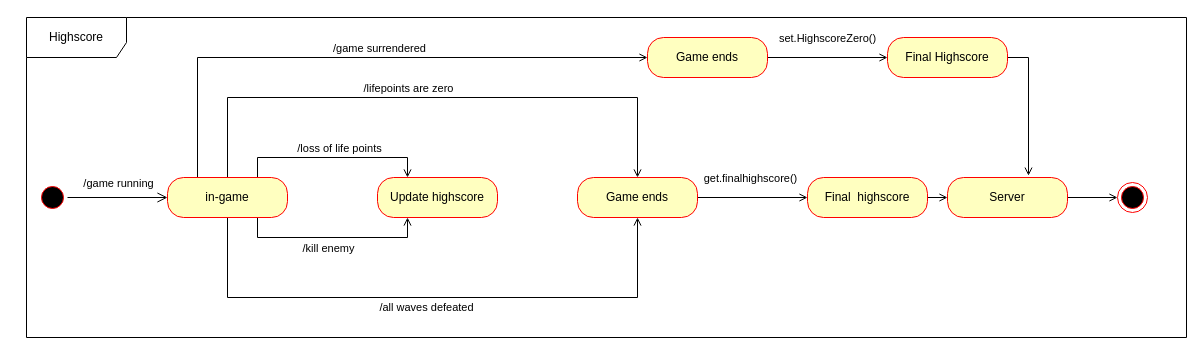
Mete7-del/hello-world keeps this draw.io diagram as page "Page-3" (3 of 3) of Highscore.drawio. Above is the earlier version. Source tidied: cells renumbered, new cells numbered last; positions are measured from the earlier drawing's top-left corner, leaving out a move shared by most shapes. Both pictures are drawn from the tidied source at 100%, with x=0, y=0 at pixel (26, 17).
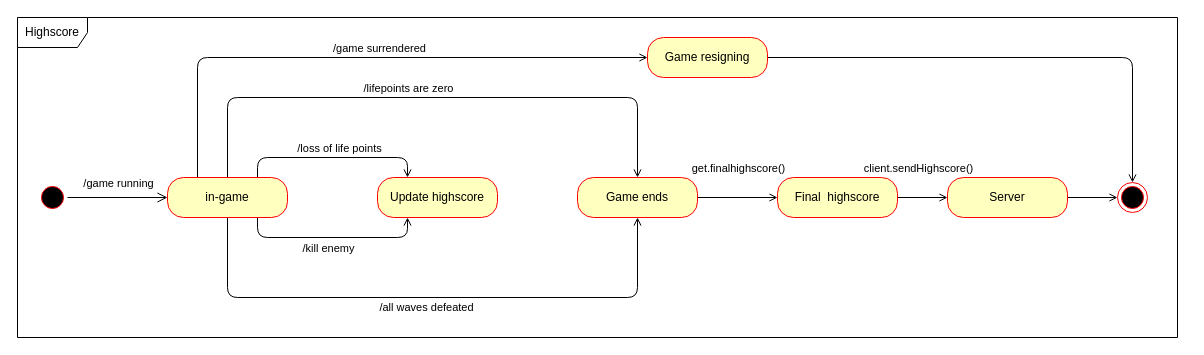
The same diagram, later.

The change refers to these unchanged cells:
```xml
<mxCell id="14" value="in-game" style="rounded=1;whiteSpace=wrap;html=1;arcSize=40;fontColor=#000000;fillColor=#ffffc0;strokeColor=#ff0000;" parent="1" vertex="1">
  <mxGeometry x="141" y="160" width="120" height="40" as="geometry" />
</mxCell>
<mxCell id="15" value="Update highscore" style="rounded=1;whiteSpace=wrap;html=1;arcSize=40;fontColor=#000000;fillColor=#ffffc0;strokeColor=#ff0000;" parent="1" vertex="1">
  <mxGeometry x="351" y="160" width="120" height="40" as="geometry" />
</mxCell>
<mxCell id="16" style="edgeStyle=orthogonalEdgeStyle;rounded=0;jettySize=auto;html=1;exitX=1;exitY=0.5;exitDx=0;exitDy=0;entryX=0;entryY=0.5;entryDx=0;entryDy=0;endArrow=open;endFill=0;strokeColor=#000000;" parent="1" edge="1" source="18" target="20">
  <mxGeometry relative="1" as="geometry" />
</mxCell>
<mxCell id="18" value="Game ends" style="rounded=1;whiteSpace=wrap;html=1;arcSize=40;fontColor=#000000;fillColor=#ffffc0;strokeColor=#ff0000;" parent="1" vertex="1">
  <mxGeometry x="551" y="160" width="120" height="40" as="geometry" />
</mxCell>
<mxCell id="19" style="edgeStyle=orthogonalEdgeStyle;rounded=0;jettySize=auto;html=1;exitX=1;exitY=0.5;exitDx=0;exitDy=0;entryX=0;entryY=0.5;entryDx=0;entryDy=0;endArrow=open;endFill=0;strokeColor=#000000;" parent="1" edge="1" source="20" target="22">
  <mxGeometry relative="1" as="geometry" />
</mxCell>
<mxCell id="22" value="Server" style="rounded=1;whiteSpace=wrap;html=1;arcSize=40;fontColor=#000000;fillColor=#ffffc0;strokeColor=#ff0000;" parent="1" vertex="1">
  <mxGeometry x="921" y="160" width="120" height="40" as="geometry" />
</mxCell>
<mxCell id="23" style="ellipse;html=1;shape=endState;fillColor=#000000;strokeColor=#ff0000;" parent="1" vertex="1">
  <mxGeometry x="1091" y="165" width="30" height="30" as="geometry" />
</mxCell>
```

What changed in the source:
```diff
@@
-    <mxCell id="5" style="edgeStyle=orthogonalEdgeStyle;rounded=0;jettySize=auto;html=1;exitX=0.75;exitY=0;exitDx=0;exitDy=0;entryX=0.25;entryY=0;entryDx=0;entryDy=0;endArrow=open;endFill=0;strokeColor=#000000;" parent="1" edge="1" source="14" target="15">
+    <mxCell id="5" style="edgeStyle=orthogonalEdgeStyle;rounded=1;jettySize=auto;html=1;exitX=0.75;exitY=0;exitDx=0;exitDy=0;entryX=0.25;entryY=0;entryDx=0;entryDy=0;endArrow=open;endFill=0;strokeColor=#000000;" parent="1" edge="1" source="14" target="15">
       <mxGeometry relative="1" as="geometry" />
     </mxCell>
@@
-    <mxCell id="7" style="edgeStyle=orthogonalEdgeStyle;rounded=0;jettySize=auto;html=1;exitX=0.75;exitY=1;exitDx=0;exitDy=0;entryX=0.25;entryY=1;entryDx=0;entryDy=0;endArrow=open;endFill=0;strokeColor=#000000;" parent="1" edge="1" source="14" target="15">
+    <mxCell id="7" style="edgeStyle=orthogonalEdgeStyle;rounded=1;jettySize=auto;html=1;exitX=0.75;exitY=1;exitDx=0;exitDy=0;entryX=0.25;entryY=1;entryDx=0;entryDy=0;endArrow=open;endFill=0;strokeColor=#000000;" parent="1" edge="1" source="14" target="15">
       <mxGeometry relative="1" as="geometry" />
     </mxCell>
@@
-    <mxCell id="9" style="edgeStyle=orthogonalEdgeStyle;rounded=0;jettySize=auto;html=1;exitX=0.5;exitY=0;exitDx=0;exitDy=0;entryX=0.5;entryY=0;entryDx=0;entryDy=0;endArrow=open;endFill=0;strokeColor=#000000;" parent="1" edge="1" source="14" target="18">
+    <mxCell id="9" style="edgeStyle=orthogonalEdgeStyle;rounded=1;jettySize=auto;html=1;exitX=0.5;exitY=0;exitDx=0;exitDy=0;entryX=0.5;entryY=0;entryDx=0;entryDy=0;endArrow=open;endFill=0;strokeColor=#000000;" parent="1" edge="1" source="14" target="18">
       <mxGeometry relative="1" as="geometry">
         <Array as="points">
           <mxPoint x="201" y="80" />
           <mxPoint x="611" y="80" />
         </Array>
       </mxGeometry>
     </mxCell>
@@
-    <mxCell id="11" value="/all waves defeated" style="edgeStyle=orthogonalEdgeStyle;rounded=0;jettySize=auto;html=1;exitX=0.5;exitY=1;exitDx=0;exitDy=0;entryX=0.5;entryY=1;entryDx=0;entryDy=0;endArrow=open;endFill=0;strokeColor=#000000;" parent="1" edge="1" source="14" target="18">
+    <mxCell id="11" value="/all waves defeated" style="edgeStyle=orthogonalEdgeStyle;rounded=1;jettySize=auto;html=1;exitX=0.5;exitY=1;exitDx=0;exitDy=0;entryX=0.5;entryY=1;entryDx=0;entryDy=0;endArrow=open;endFill=0;strokeColor=#000000;" parent="1" edge="1" source="14" target="18">
       <mxGeometry x="-0.02" y="-10" relative="1" as="geometry">
         <Array as="points">
           <mxPoint x="201" y="280" />
           <mxPoint x="611" y="280" />
         </Array>
       </mxGeometry>
     </mxCell>
-    <mxCell id="12" style="edgeStyle=orthogonalEdgeStyle;rounded=0;jettySize=auto;html=1;exitX=0.25;exitY=0;exitDx=0;exitDy=0;entryX=0;entryY=0.5;entryDx=0;entryDy=0;endArrow=open;endFill=0;strokeColor=#000000;" parent="1" edge="1" source="14" target="27">
+    <mxCell id="12" style="edgeStyle=orthogonalEdgeStyle;rounded=1;jettySize=auto;html=1;exitX=0.25;exitY=0;exitDx=0;exitDy=0;entryX=0;entryY=0.5;entryDx=0;entryDy=0;endArrow=open;endFill=0;strokeColor=#000000;" parent="1" edge="1" source="14" target="27">
       <mxGeometry relative="1" as="geometry" />
     </mxCell>
@@
     <mxCell id="17" value="get.finalhighscore()" style="edgeLabel;html=1;align=center;verticalAlign=middle;" parent="16" vertex="1">
       <mxGeometry x="-0.12" y="-2" relative="1" as="geometry">
-        <mxPoint x="4" y="-22" as="offset" />
+        <mxPoint x="5" y="-32" as="offset" />
       </mxGeometry>
     </mxCell>
@@
+    <mxCell id="30" value="client.sendHighscore()" style="edgeLabel;html=1;align=center;verticalAlign=middle;" parent="19" vertex="1">
+      <mxGeometry x="0.01" y="1" relative="1" as="geometry">
+        <mxPoint x="-5" y="-29" as="offset" />
+      </mxGeometry>
+    </mxCell>
     <mxCell id="20" value="Final &amp;nbsp;highscore" style="rounded=1;whiteSpace=wrap;html=1;arcSize=40;fontColor=#000000;fillColor=#ffffc0;strokeColor=#ff0000;" parent="1" vertex="1">
-      <mxGeometry x="781" y="160" width="120" height="40" as="geometry" />
+      <mxGeometry x="751" y="160" width="120" height="40" as="geometry" />
     </mxCell>
@@
+    <mxCell id="31" style="edgeStyle=orthogonalEdgeStyle;rounded=1;jettySize=auto;html=1;exitX=1;exitY=0.5;exitDx=0;exitDy=0;entryX=0.5;entryY=0;entryDx=0;entryDy=0;endArrow=open;endFill=0;strokeColor=#000000;" parent="1" edge="1" source="27" target="23">
+      <mxGeometry relative="1" as="geometry" />
+    </mxCell>
+    <mxCell id="27" value="Game resigning" style="rounded=1;whiteSpace=wrap;html=1;arcSize=40;fontColor=#000000;fillColor=#ffffc0;strokeColor=#ff0000;" parent="1" vertex="1">
+      <mxGeometry x="621" y="20" width="120" height="40" as="geometry" />
+    </mxCell>
-    <mxCell id="24" value="Highscore" style="shape=umlFrame;whiteSpace=wrap;html=1;width=100;height=40;" parent="1" vertex="1">
-      <mxGeometry width="1160" height="320" as="geometry" />
+    <mxCell id="24" value="Highscore" style="shape=umlFrame;whiteSpace=wrap;html=1;width=70;height=30;" parent="1" vertex="1">
+      <mxGeometry x="-9" width="1160" height="320" as="geometry" />
     </mxCell>
-    <mxCell id="25" style="edgeStyle=orthogonalEdgeStyle;rounded=0;jettySize=auto;html=1;exitX=1;exitY=0.5;exitDx=0;exitDy=0;entryX=0;entryY=0.5;entryDx=0;entryDy=0;endArrow=open;endFill=0;strokeColor=#000000;" parent="1" edge="1" source="27" target="29">
-      <mxGeometry relative="1" as="geometry" />
-    </mxCell>
-    <mxCell id="26" value="set.HighscoreZero()" style="edgeLabel;html=1;align=center;verticalAlign=middle;" parent="25" vertex="1">
-      <mxGeometry x="-0.25" y="-1" relative="1" as="geometry">
-        <mxPoint x="14" y="-21" as="offset" />
-      </mxGeometry>
-    </mxCell>
-    <mxCell id="27" value="Game ends" style="rounded=1;whiteSpace=wrap;html=1;arcSize=40;fontColor=#000000;fillColor=#ffffc0;strokeColor=#ff0000;" parent="1" vertex="1">
-      <mxGeometry x="621" y="20" width="120" height="40" as="geometry" />
-    </mxCell>
-    <mxCell id="28" style="edgeStyle=orthogonalEdgeStyle;rounded=0;jettySize=auto;html=1;exitX=1;exitY=0.5;exitDx=0;exitDy=0;entryX=0.675;entryY=-0.046;entryDx=0;entryDy=0;entryPerimeter=0;endArrow=open;endFill=0;strokeColor=#000000;" parent="1" edge="1" source="29" target="22">
-      <mxGeometry relative="1" as="geometry" />
-    </mxCell>
-    <mxCell id="29" value="Final Highscore" style="rounded=1;whiteSpace=wrap;html=1;arcSize=40;fontColor=#000000;fillColor=#ffffc0;strokeColor=#ff0000;" parent="1" vertex="1">
-      <mxGeometry x="861" y="20" width="120" height="40" as="geometry" />
-    </mxCell>
```
